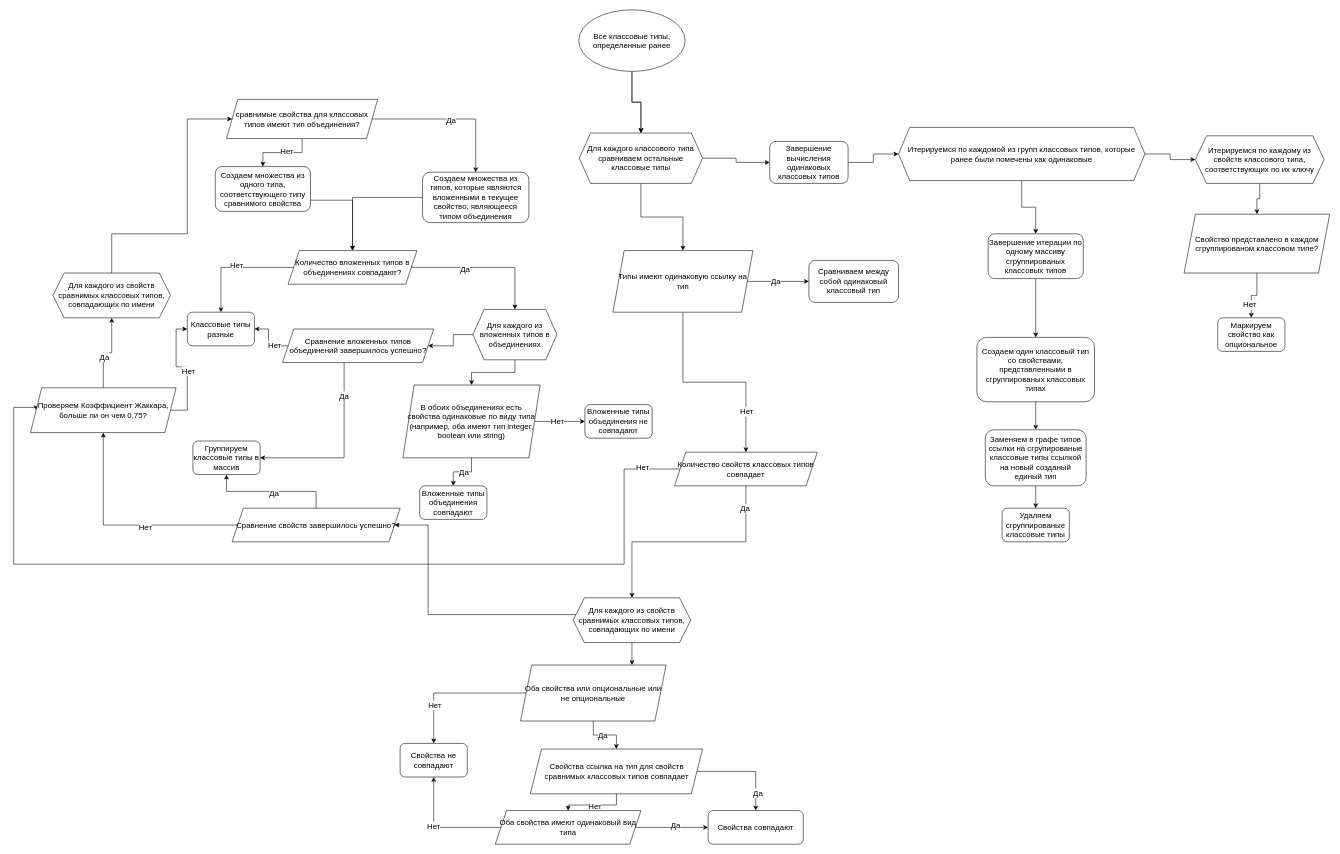
mrsadman99/quicktypeJsonToJsonSchema keeps this draw.io diagram as doc/Объединение одинаковых классовых типов.drawio. Above is the earlier version. Source tidied: cells renumbered, new cells numbered last; positions are measured from the earlier drawing's top-left corner, leaving out a move shared by most shapes. Both pictures are drawn from the tidied source at 56%, with x=0, y=0 at pixel (13, 10).
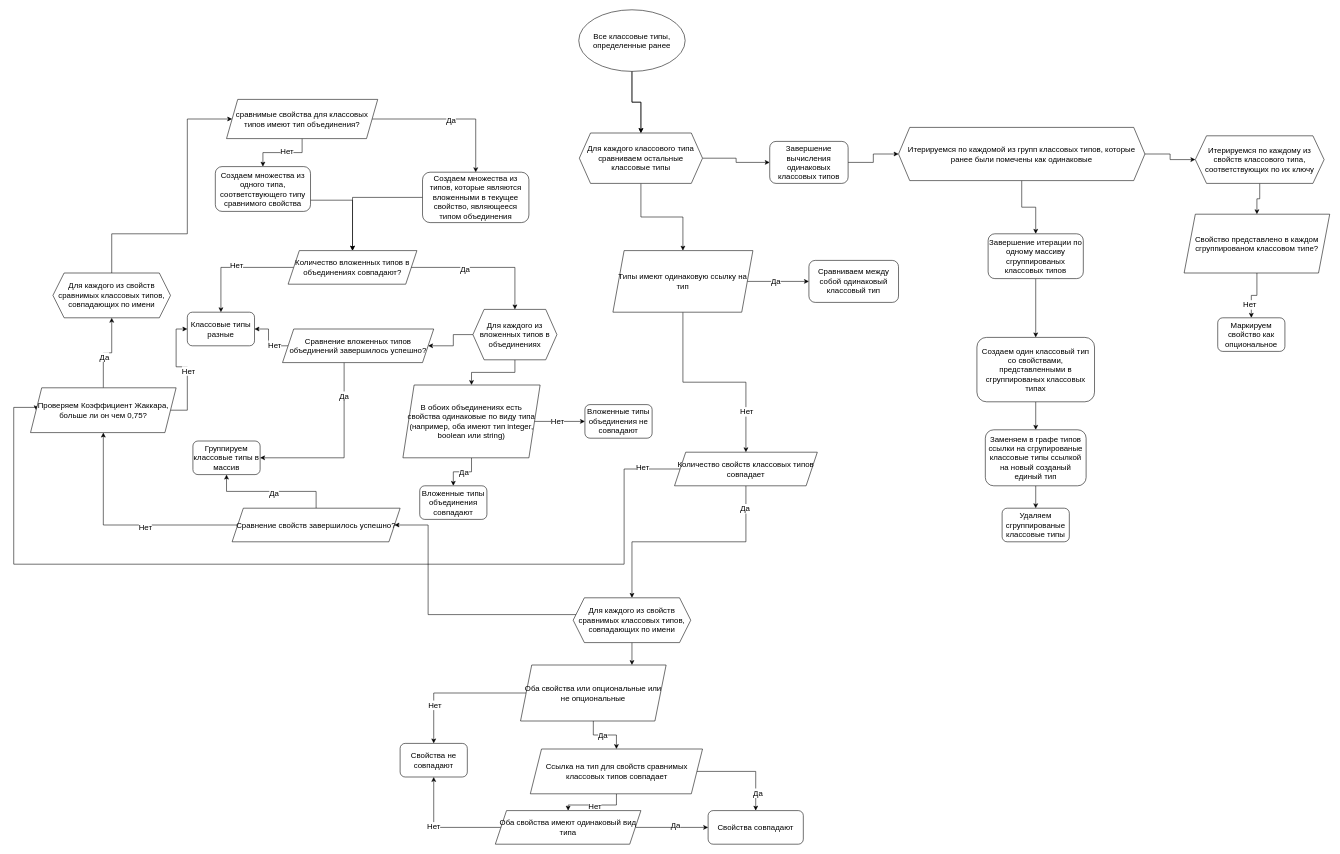
The same page after the edit.

Change to the diagram source:
```diff
@@
-    <mxCell id="29" value="Свойства ссылка на тип для свойств сравнимых классовых типов совпадает" style="shape=parallelogram;perimeter=parallelogramPerimeter;whiteSpace=wrap;html=1;fixedSize=1;fontSize=14;" parent="1" vertex="1">
+    <mxCell id="29" value="Ссылка на тип для свойств сравнимых классовых типов совпадает" style="shape=parallelogram;perimeter=parallelogramPerimeter;whiteSpace=wrap;html=1;fixedSize=1;fontSize=14;" parent="1" vertex="1">
       <mxGeometry x="922.5" y="1320" width="307.5" height="80" as="geometry" />
     </mxCell>
```
